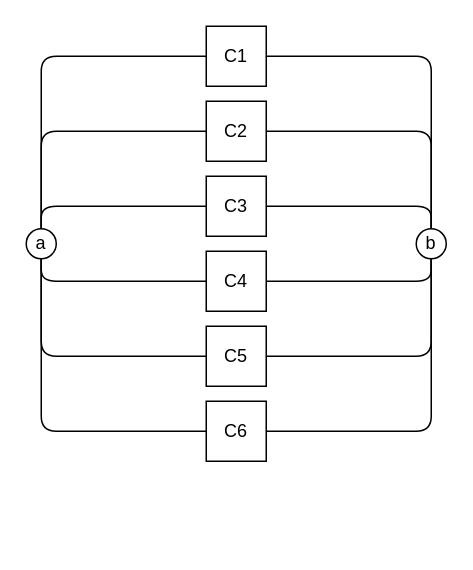
Above: drawio/rdb_paralelo.drawio in vacagonzalo/mse-isc-tp2 (draw.io), before the change. Source tidied: cells renumbered, new cells numbered last; positions are measured from the earlier drawing's top-left corner, leaving out a move shared by most shapes. Both pictures are drawn from the tidied source at 150%, with x=0, y=0 at pixel (26, 26).
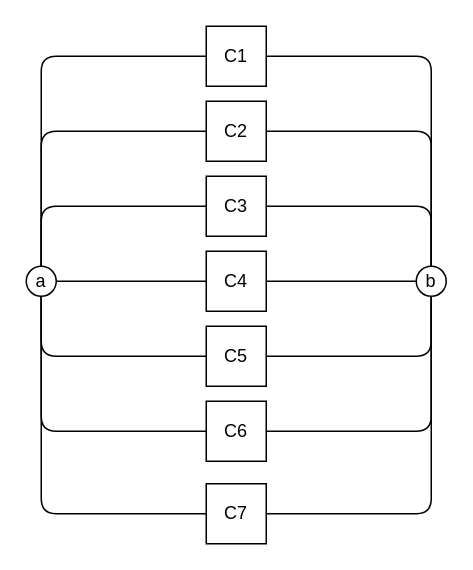
The same page after the edit.

The change refers to these unchanged cells:
```xml
<mxCell id="7" value="C4" style="rounded=0;whiteSpace=wrap;html=1;" parent="1" vertex="1">
  <mxGeometry x="120" y="150" width="40" height="40" as="geometry" />
</mxCell>
```

What changed in the source:
```diff
@@
+    <mxCell id="22" style="edgeStyle=none;html=1;exitX=1;exitY=0.5;exitDx=0;exitDy=0;entryX=0;entryY=0.5;entryDx=0;entryDy=0;endArrow=none;endFill=0;" parent="1" edge="1" source="7" target="14">
+      <mxGeometry relative="1" as="geometry" />
+    </mxCell>
@@
-    <mxCell id="11" style="edgeStyle=none;html=1;exitX=0.5;exitY=1;exitDx=0;exitDy=0;entryX=1;entryY=0.5;entryDx=0;entryDy=0;endArrow=none;endFill=0;" parent="1" edge="1" source="14" target="7">
-      <mxGeometry relative="1" as="geometry">
-        <Array as="points">
-          <mxPoint x="270" y="170" />
-        </Array>
-      </mxGeometry>
-    </mxCell>
@@
     <mxCell id="14" value="b" style="ellipse;whiteSpace=wrap;html=1;" parent="1" vertex="1">
-      <mxGeometry x="260" y="135" width="20" height="20" as="geometry" />
+      <mxGeometry x="260" y="160" width="20" height="20" as="geometry" />
     </mxCell>
@@
-    <mxCell id="18" style="edgeStyle=none;html=1;exitX=0.5;exitY=1;exitDx=0;exitDy=0;entryX=0;entryY=0.5;entryDx=0;entryDy=0;endArrow=none;endFill=0;" parent="1" edge="1" source="21" target="7">
-      <mxGeometry relative="1" as="geometry">
-        <Array as="points">
-          <mxPoint x="10" y="170" />
-        </Array>
-      </mxGeometry>
-    </mxCell>
@@
+    <mxCell id="23" style="edgeStyle=none;html=1;exitX=0.5;exitY=1;exitDx=0;exitDy=0;entryX=0;entryY=0.5;entryDx=0;entryDy=0;endArrow=none;endFill=0;" parent="1" edge="1" source="21" target="25">
+      <mxGeometry relative="1" as="geometry">
+        <Array as="points">
+          <mxPoint x="10" y="325" />
+        </Array>
+      </mxGeometry>
+    </mxCell>
+    <mxCell id="18" style="edgeStyle=none;html=1;exitX=1;exitY=0.5;exitDx=0;exitDy=0;entryX=0;entryY=0.5;entryDx=0;entryDy=0;endArrow=none;endFill=0;" parent="1" edge="1" source="21" target="7">
+      <mxGeometry relative="1" as="geometry" />
+    </mxCell>
     <mxCell id="21" value="a" style="ellipse;whiteSpace=wrap;html=1;" parent="1" vertex="1">
-      <mxGeometry y="135" width="20" height="20" as="geometry" />
+      <mxGeometry y="160" width="20" height="20" as="geometry" />
     </mxCell>
+    <mxCell id="24" style="edgeStyle=none;html=1;exitX=1;exitY=0.5;exitDx=0;exitDy=0;entryX=0.5;entryY=1;entryDx=0;entryDy=0;endArrow=none;endFill=0;" parent="1" edge="1" source="25" target="14">
+      <mxGeometry relative="1" as="geometry">
+        <Array as="points">
+          <mxPoint x="270" y="325" />
+        </Array>
+      </mxGeometry>
+    </mxCell>
+    <mxCell id="25" value="C7" style="rounded=0;whiteSpace=wrap;html=1;" parent="1" vertex="1">
+      <mxGeometry x="120" y="305" width="40" height="40" as="geometry" />
+    </mxCell>
```
